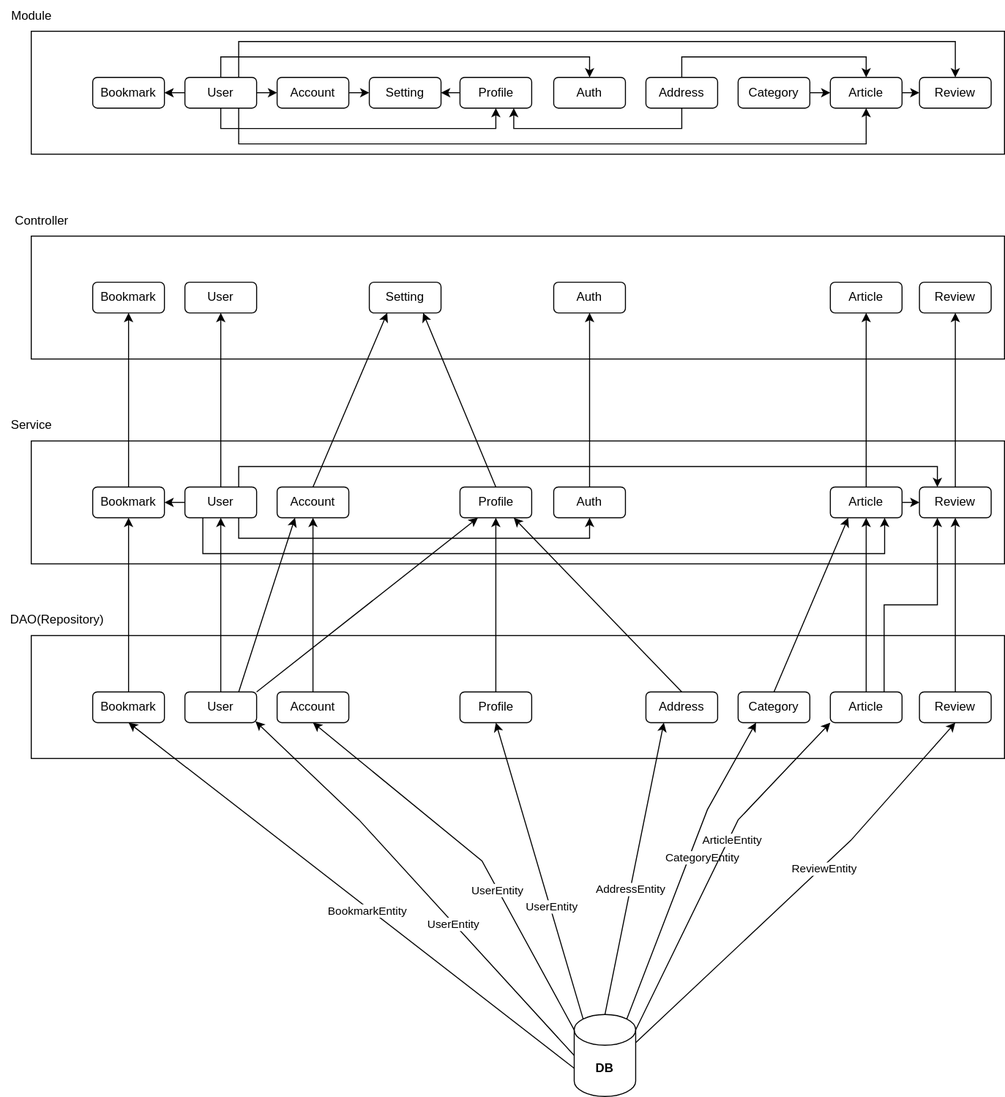
Earlier version of the draw.io export docs/uml/design-pattern.drawio.svg (1Dohyeon/RentEase). Source tidied: cells renumbered, new cells last; positions are measured from the earlier drawing's top-left corner, leaving out a move shared by most shapes.
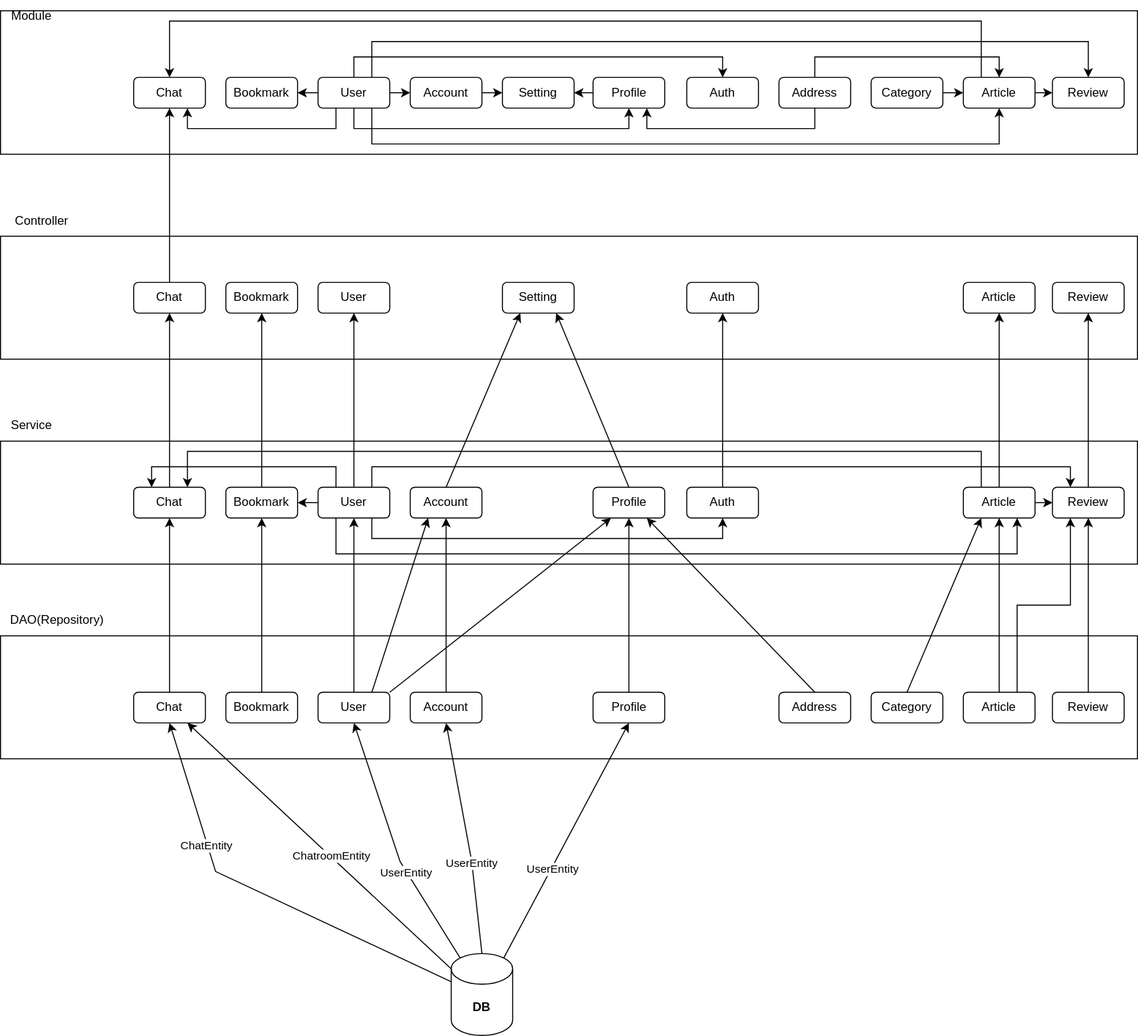
Later version of the same file.

What changed in the source:
```diff
@@ -3,25 +3,25 @@
     <mxCell id="0" />
     <mxCell id="1" parent="0" />
     <mxCell id="2" value="&lt;b&gt;DB&lt;/b&gt;" style="shape=cylinder3;whiteSpace=wrap;html=1;boundedLbl=1;backgroundOutline=1;size=15;" parent="1" vertex="1">
-      <mxGeometry x="560" y="990" width="60" height="80" as="geometry" />
+      <mxGeometry x="310" y="930" width="60" height="80" as="geometry" />
     </mxCell>
     <mxCell id="3" style="rounded=0;whiteSpace=wrap;html=1;" parent="1" vertex="1">
-      <mxGeometry x="30" y="230" width="950" height="120" as="geometry" />
+      <mxGeometry x="-130" y="230" width="1110" height="120" as="geometry" />
     </mxCell>
     <mxCell id="4" style="rounded=0;whiteSpace=wrap;html=1;" parent="1" vertex="1">
-      <mxGeometry x="30" y="430" width="950" height="120" as="geometry" />
+      <mxGeometry x="-130" y="430" width="1110" height="120" as="geometry" />
     </mxCell>
     <mxCell id="5" style="rounded=0;whiteSpace=wrap;html=1;" parent="1" vertex="1">
-      <mxGeometry x="30" y="620" width="950" height="120" as="geometry" />
+      <mxGeometry x="-130" y="620" width="1110" height="120" as="geometry" />
     </mxCell>
     <mxCell id="6" value="Controller" style="text;html=1;align=center;verticalAlign=middle;strokeColor=none;fillColor=none;" parent="1" vertex="1">
-      <mxGeometry y="200" width="80" height="30" as="geometry" />
+      <mxGeometry x="-130" y="200" width="80" height="30" as="geometry" />
     </mxCell>
     <mxCell id="7" value="Service" style="text;html=1;align=center;verticalAlign=middle;strokeColor=none;fillColor=none;" parent="1" vertex="1">
-      <mxGeometry y="400" width="60" height="30" as="geometry" />
+      <mxGeometry x="-130" y="400" width="60" height="30" as="geometry" />
     </mxCell>
     <mxCell id="8" value="DAO(Repository)" style="text;html=1;align=center;verticalAlign=middle;strokeColor=none;fillColor=none;" parent="1" vertex="1">
-      <mxGeometry y="590" width="110" height="30" as="geometry" />
+      <mxGeometry x="-130" y="590" width="110" height="30" as="geometry" />
     </mxCell>
     <mxCell id="9" value="User" style="rounded=1;whiteSpace=wrap;html=1;" parent="1" vertex="1">
       <mxGeometry x="180" y="275" width="70" height="30" as="geometry" />
@@ -47,14 +47,17 @@
     <mxCell id="14" style="edgeStyle=orthogonalEdgeStyle;rounded=0;jettySize=auto;html=1;exitX=0;exitY=0.5;exitDx=0;exitDy=0;entryX=1;entryY=0.5;entryDx=0;entryDy=0;" parent="1" edge="1" source="15" target="88">
       <mxGeometry relative="1" as="geometry" />
     </mxCell>
+    <mxCell id="93" style="edgeStyle=orthogonalEdgeStyle;rounded=0;jettySize=auto;html=1;exitX=0.25;exitY=0;exitDx=0;exitDy=0;entryX=0.25;entryY=0;entryDx=0;entryDy=0;" parent="1" edge="1" source="15" target="101">
+      <mxGeometry relative="1" as="geometry" />
+    </mxCell>
     <mxCell id="15" value="User" style="rounded=1;whiteSpace=wrap;html=1;" parent="1" vertex="1">
       <mxGeometry x="180" y="475" width="70" height="30" as="geometry" />
     </mxCell>
     <mxCell id="16" style="rounded=0;whiteSpace=wrap;html=1;" parent="1" vertex="1">
-      <mxGeometry x="30" y="30" width="950" height="120" as="geometry" />
+      <mxGeometry x="-130" y="10" width="1110" height="140" as="geometry" />
     </mxCell>
     <mxCell id="17" value="Module" style="text;html=1;align=center;verticalAlign=middle;strokeColor=none;fillColor=none;" parent="1" vertex="1">
-      <mxGeometry width="60" height="30" as="geometry" />
+      <mxGeometry x="-130" width="60" height="30" as="geometry" />
     </mxCell>
     <mxCell id="18" style="edgeStyle=orthogonalEdgeStyle;rounded=0;jettySize=auto;html=1;exitX=1;exitY=0.5;exitDx=0;exitDy=0;entryX=0;entryY=0.5;entryDx=0;entryDy=0;" parent="1" edge="1" source="24" target="32">
       <mxGeometry relative="1" as="geometry" />
@@ -84,6 +87,9 @@
     <mxCell id="23" style="edgeStyle=orthogonalEdgeStyle;rounded=0;jettySize=auto;html=1;exitX=0;exitY=0.5;exitDx=0;exitDy=0;entryX=1;entryY=0.5;entryDx=0;entryDy=0;" parent="1" edge="1" source="24" target="85">
       <mxGeometry relative="1" as="geometry" />
     </mxCell>
+    <mxCell id="94" style="edgeStyle=orthogonalEdgeStyle;rounded=0;jettySize=auto;html=1;exitX=0.25;exitY=1;exitDx=0;exitDy=0;entryX=0.75;entryY=1;entryDx=0;entryDy=0;" parent="1" edge="1" source="24" target="97">
+      <mxGeometry relative="1" as="geometry" />
+    </mxCell>
     <mxCell id="24" value="User" style="rounded=1;whiteSpace=wrap;html=1;" parent="1" vertex="1">
       <mxGeometry x="180" y="75" width="70" height="30" as="geometry" />
     </mxCell>
@@ -96,10 +102,10 @@
     <mxCell id="27" value="User" style="rounded=1;whiteSpace=wrap;html=1;" parent="1" vertex="1">
       <mxGeometry x="180" y="675" width="70" height="30" as="geometry" />
     </mxCell>
-    <mxCell id="28" style="endArrow=classic;html=1;rounded=0;exitX=0;exitY=0.5;exitDx=0;exitDy=0;exitPerimeter=0;entryX=0.984;entryY=0.959;entryDx=0;entryDy=0;entryPerimeter=0;" parent="1" edge="1" source="2" target="27">
+    <mxCell id="28" style="endArrow=classic;html=1;rounded=0;exitX=0.145;exitY=0;exitDx=0;exitDy=4.35;exitPerimeter=0;entryX=0.5;entryY=1;entryDx=0;entryDy=0;" parent="1" edge="1" source="2" target="27">
       <mxGeometry relative="1" as="geometry">
         <Array as="points">
-          <mxPoint x="350" y="800" />
+          <mxPoint x="260" y="840" />
         </Array>
       </mxGeometry>
     </mxCell>
@@ -175,28 +181,22 @@
     <mxCell id="52" value="Address" style="rounded=1;whiteSpace=wrap;html=1;" parent="1" vertex="1">
       <mxGeometry x="630" y="675" width="70" height="30" as="geometry" />
     </mxCell>
-    <mxCell id="53" style="rounded=0;jettySize=auto;html=1;exitX=0;exitY=0;exitDx=0;exitDy=15;exitPerimeter=0;entryX=0.5;entryY=1;entryDx=0;entryDy=0;" parent="1" edge="1" source="2" target="48">
+    <mxCell id="53" style="rounded=0;jettySize=auto;html=1;exitX=0.5;exitY=0;exitDx=0;exitDy=0;exitPerimeter=0;entryX=0.5;entryY=1;entryDx=0;entryDy=0;" parent="1" edge="1" source="2" target="48">
       <mxGeometry relative="1" as="geometry">
         <Array as="points">
-          <mxPoint x="470" y="840" />
+          <mxPoint x="330" y="840" />
         </Array>
       </mxGeometry>
     </mxCell>
     <mxCell id="54" value="UserEntity" style="edgeLabel;html=1;align=center;verticalAlign=middle;" parent="53" vertex="1">
       <mxGeometry x="-0.22" y="1" relative="1" as="geometry" />
     </mxCell>
-    <mxCell id="55" style="rounded=0;jettySize=auto;html=1;exitX=0.145;exitY=0;exitDx=0;exitDy=4.35;exitPerimeter=0;entryX=0.5;entryY=1;entryDx=0;entryDy=0;" parent="1" edge="1" source="2" target="50">
+    <mxCell id="55" style="rounded=0;jettySize=auto;html=1;exitX=0.855;exitY=0;exitDx=0;exitDy=4.35;exitPerimeter=0;entryX=0.5;entryY=1;entryDx=0;entryDy=0;" parent="1" edge="1" source="2" target="50">
       <mxGeometry relative="1" as="geometry" />
     </mxCell>
     <mxCell id="56" value="UserEntity" style="edgeLabel;html=1;align=center;verticalAlign=middle;" parent="55" vertex="1">
       <mxGeometry x="-0.23" y="-1" relative="1" as="geometry" />
     </mxCell>
-    <mxCell id="57" style="rounded=0;jettySize=auto;html=1;exitX=0.5;exitY=0;exitDx=0;exitDy=0;exitPerimeter=0;entryX=0.25;entryY=1;entryDx=0;entryDy=0;" parent="1" edge="1" source="2" target="52">
-      <mxGeometry relative="1" as="geometry" />
-    </mxCell>
-    <mxCell id="58" value="AddressEntity" style="edgeLabel;html=1;align=center;verticalAlign=middle;" parent="57" vertex="1">
-      <mxGeometry x="-0.14" y="1" relative="1" as="geometry" />
-    </mxCell>
     <mxCell id="59" style="edgeStyle=orthogonalEdgeStyle;rounded=0;jettySize=auto;html=1;exitX=1;exitY=0.5;exitDx=0;exitDy=0;entryX=0;entryY=0.5;entryDx=0;entryDy=0;" parent="1" edge="1" source="60" target="62">
       <mxGeometry relative="1" as="geometry" />
     </mxCell>
@@ -206,6 +206,14 @@
     <mxCell id="61" style="edgeStyle=orthogonalEdgeStyle;rounded=0;jettySize=auto;html=1;exitX=1;exitY=0.5;exitDx=0;exitDy=0;entryX=0;entryY=0.5;entryDx=0;entryDy=0;" parent="1" edge="1" source="62" target="77">
       <mxGeometry relative="1" as="geometry" />
     </mxCell>
+    <mxCell id="95" style="edgeStyle=orthogonalEdgeStyle;rounded=0;jettySize=auto;html=1;exitX=0.25;exitY=0;exitDx=0;exitDy=0;entryX=0.5;entryY=0;entryDx=0;entryDy=0;" parent="1" edge="1" source="62" target="97">
+      <mxGeometry relative="1" as="geometry">
+        <Array as="points">
+          <mxPoint x="828" y="20" />
+          <mxPoint x="35" y="20" />
+        </Array>
+      </mxGeometry>
+    </mxCell>
     <mxCell id="62" value="Article" style="rounded=1;whiteSpace=wrap;html=1;" parent="1" vertex="1">
       <mxGeometry x="810" y="75" width="70" height="30" as="geometry" />
     </mxCell>
@@ -218,6 +226,14 @@
     <mxCell id="65" style="edgeStyle=orthogonalEdgeStyle;rounded=0;jettySize=auto;html=1;exitX=1;exitY=0.5;exitDx=0;exitDy=0;entryX=0;entryY=0.5;entryDx=0;entryDy=0;" parent="1" edge="1" source="66" target="80">
       <mxGeometry relative="1" as="geometry" />
     </mxCell>
+    <mxCell id="96" style="edgeStyle=orthogonalEdgeStyle;rounded=0;jettySize=auto;html=1;exitX=0.25;exitY=0;exitDx=0;exitDy=0;entryX=0.75;entryY=0;entryDx=0;entryDy=0;" parent="1" edge="1" source="66" target="101">
+      <mxGeometry relative="1" as="geometry">
+        <Array as="points">
+          <mxPoint x="828" y="440" />
+          <mxPoint x="53" y="440" />
+        </Array>
+      </mxGeometry>
+    </mxCell>
     <mxCell id="66" value="Article" style="rounded=1;whiteSpace=wrap;html=1;" parent="1" vertex="1">
       <mxGeometry x="810" y="475" width="70" height="30" as="geometry" />
     </mxCell>
@@ -230,36 +246,12 @@
     <mxCell id="69" value="Article" style="rounded=1;whiteSpace=wrap;html=1;" parent="1" vertex="1">
       <mxGeometry x="810" y="675" width="70" height="30" as="geometry" />
     </mxCell>
-    <mxCell id="70" style="rounded=0;jettySize=auto;html=1;exitX=0.855;exitY=0;exitDx=0;exitDy=4.35;exitPerimeter=0;entryX=0.25;entryY=1;entryDx=0;entryDy=0;" parent="1" edge="1" source="2" target="73">
-      <mxGeometry relative="1" as="geometry">
-        <Array as="points">
-          <mxPoint x="690" y="790" />
-        </Array>
-      </mxGeometry>
-    </mxCell>
-    <mxCell id="71" value="CategoryEntity" style="edgeLabel;html=1;align=center;verticalAlign=middle;" parent="70" vertex="1">
-      <mxGeometry x="-0.06" relative="1" as="geometry">
-        <mxPoint x="19" y="-18" as="offset" />
-      </mxGeometry>
-    </mxCell>
     <mxCell id="72" style="rounded=0;jettySize=auto;html=1;exitX=0.5;exitY=0;exitDx=0;exitDy=0;entryX=0.25;entryY=1;entryDx=0;entryDy=0;" parent="1" edge="1" source="73" target="66">
       <mxGeometry relative="1" as="geometry" />
     </mxCell>
     <mxCell id="73" value="Category" style="rounded=1;whiteSpace=wrap;html=1;" parent="1" vertex="1">
       <mxGeometry x="720" y="675" width="70" height="30" as="geometry" />
     </mxCell>
-    <mxCell id="74" style="rounded=0;jettySize=auto;html=1;exitX=1;exitY=0;exitDx=0;exitDy=15;exitPerimeter=0;entryX=0;entryY=1;entryDx=0;entryDy=0;" parent="1" edge="1" source="2" target="69">
-      <mxGeometry relative="1" as="geometry">
-        <Array as="points">
-          <mxPoint x="720" y="800" />
-        </Array>
-      </mxGeometry>
-    </mxCell>
-    <mxCell id="75" value="ArticleEntity" style="edgeLabel;html=1;align=center;verticalAlign=middle;" parent="74" vertex="1">
-      <mxGeometry x="0.28" y="-2" relative="1" as="geometry">
-        <mxPoint x="-10" y="19" as="offset" />
-      </mxGeometry>
-    </mxCell>
     <mxCell id="76" style="rounded=0;jettySize=auto;html=1;exitX=1;exitY=0;exitDx=0;exitDy=0;entryX=0.25;entryY=1;entryDx=0;entryDy=0;" parent="1" edge="1" source="27" target="44">
       <mxGeometry relative="1" as="geometry" />
     </mxCell>
@@ -281,16 +273,6 @@
     <mxCell id="82" value="Review" style="rounded=1;whiteSpace=wrap;html=1;" parent="1" vertex="1">
       <mxGeometry x="897" y="675" width="70" height="30" as="geometry" />
     </mxCell>
-    <mxCell id="83" style="rounded=0;jettySize=auto;html=1;exitX=1;exitY=0;exitDx=0;exitDy=27.5;exitPerimeter=0;entryX=0.5;entryY=1;entryDx=0;entryDy=0;" parent="1" edge="1" source="2" target="82">
-      <mxGeometry relative="1" as="geometry">
-        <Array as="points">
-          <mxPoint x="830" y="820" />
-        </Array>
-      </mxGeometry>
-    </mxCell>
-    <mxCell id="84" value="ReviewEntity" style="edgeLabel;html=1;align=center;verticalAlign=middle;" parent="83" vertex="1">
-      <mxGeometry x="0.13" y="-1" relative="1" as="geometry" />
-    </mxCell>
     <mxCell id="85" value="Bookmark" style="rounded=1;whiteSpace=wrap;html=1;" parent="1" vertex="1">
       <mxGeometry x="90" y="75" width="70" height="30" as="geometry" />
     </mxCell>
@@ -309,11 +291,42 @@
     <mxCell id="90" value="Bookmark" style="rounded=1;whiteSpace=wrap;html=1;" parent="1" vertex="1">
       <mxGeometry x="90" y="675" width="70" height="30" as="geometry" />
     </mxCell>
-    <mxCell id="91" style="rounded=0;jettySize=auto;html=1;exitX=0;exitY=0;exitDx=0;exitDy=52.5;exitPerimeter=0;entryX=0.5;entryY=1;entryDx=0;entryDy=0;" parent="1" edge="1" source="2" target="90">
-      <mxGeometry relative="1" as="geometry" />
-    </mxCell>
-    <mxCell id="92" value="BookmarkEntity" style="edgeLabel;html=1;align=center;verticalAlign=middle;" parent="91" vertex="1">
-      <mxGeometry x="-0.07" y="2" relative="1" as="geometry" />
-    </mxCell>
+    <mxCell id="97" value="Chat" style="rounded=1;whiteSpace=wrap;html=1;" parent="1" vertex="1">
+      <mxGeometry y="75" width="70" height="30" as="geometry" />
+    </mxCell>
+    <mxCell id="98" style="edgeStyle=orthogonalEdgeStyle;rounded=0;jettySize=auto;html=1;exitX=0.5;exitY=0;exitDx=0;exitDy=0;entryX=0.5;entryY=1;entryDx=0;entryDy=0;" parent="1" edge="1" source="99" target="97">
+      <mxGeometry relative="1" as="geometry" />
+    </mxCell>
+    <mxCell id="99" value="Chat" style="rounded=1;whiteSpace=wrap;html=1;" parent="1" vertex="1">
+      <mxGeometry y="275" width="70" height="30" as="geometry" />
+    </mxCell>
+    <mxCell id="100" style="edgeStyle=orthogonalEdgeStyle;rounded=0;jettySize=auto;html=1;exitX=0.5;exitY=0;exitDx=0;exitDy=0;entryX=0.5;entryY=1;entryDx=0;entryDy=0;" parent="1" edge="1" source="101" target="99">
+      <mxGeometry relative="1" as="geometry" />
+    </mxCell>
+    <mxCell id="101" value="Chat" style="rounded=1;whiteSpace=wrap;html=1;" parent="1" vertex="1">
+      <mxGeometry y="475" width="70" height="30" as="geometry" />
+    </mxCell>
+    <mxCell id="102" style="edgeStyle=orthogonalEdgeStyle;rounded=0;jettySize=auto;html=1;exitX=0.5;exitY=0;exitDx=0;exitDy=0;entryX=0.5;entryY=1;entryDx=0;entryDy=0;" parent="1" edge="1" source="103" target="101">
+      <mxGeometry relative="1" as="geometry" />
+    </mxCell>
+    <mxCell id="103" value="Chat" style="rounded=1;whiteSpace=wrap;html=1;" parent="1" vertex="1">
+      <mxGeometry y="675" width="70" height="30" as="geometry" />
+    </mxCell>
+    <mxCell id="104" style="rounded=0;jettySize=auto;html=1;exitX=0;exitY=0;exitDx=0;exitDy=27.5;exitPerimeter=0;entryX=0.5;entryY=1;entryDx=0;entryDy=0;" parent="1" edge="1" source="2" target="103">
+      <mxGeometry relative="1" as="geometry">
+        <Array as="points">
+          <mxPoint x="80" y="850" />
+        </Array>
+      </mxGeometry>
+    </mxCell>
+    <mxCell id="105" value="ChatEntity" style="edgeLabel;html=1;align=center;verticalAlign=middle;" parent="104" vertex="1">
+      <mxGeometry x="0.38" y="2" relative="1" as="geometry" />
+    </mxCell>
+    <mxCell id="106" style="rounded=0;jettySize=auto;html=1;exitX=0;exitY=0;exitDx=0;exitDy=15;exitPerimeter=0;entryX=0.75;entryY=1;entryDx=0;entryDy=0;" parent="1" edge="1" source="2" target="103">
+      <mxGeometry relative="1" as="geometry" />
+    </mxCell>
+    <mxCell id="107" value="ChatroomEntity" style="edgeLabel;html=1;align=center;verticalAlign=middle;" parent="106" vertex="1">
+      <mxGeometry x="-0.09" y="-1" relative="1" as="geometry" />
+    </mxCell>
   </root>
 </mxGraphModel>
```
